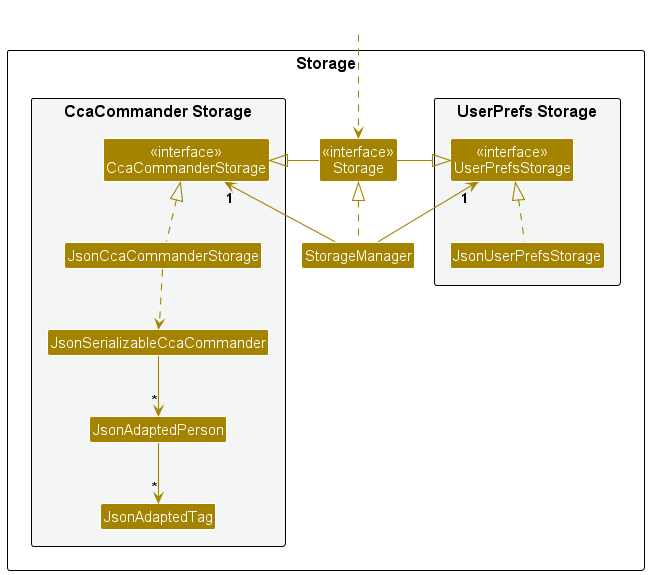
This is docs/images/StorageClassDiagram.png from nus-cs2103-AY2324S1/tp, a PlantUML export, as it was before one commit.
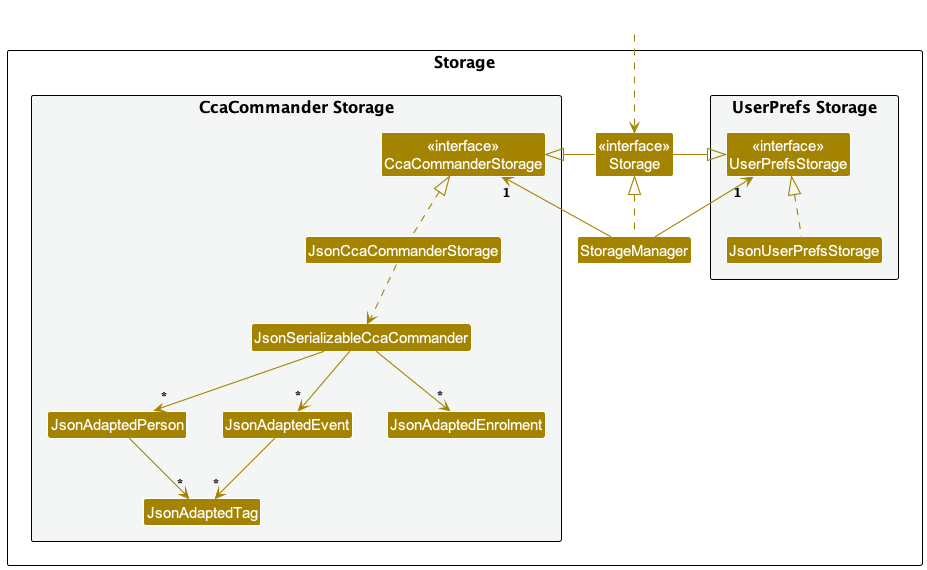
Later version of the same file.

Diff of the diagram source:
```diff
@@ -19,6 +19,8 @@
 Class JsonCcaCommanderStorage
 Class JsonSerializableCcaCommander
 Class JsonAdaptedPerson
+Class JsonAdaptedEvent
+Class JsonAdaptedEnrolment
 Class JsonAdaptedTag
 }
 
@@ -38,6 +40,9 @@
 JsonCcaCommanderStorage .up.|> CcaCommanderStorage
 JsonCcaCommanderStorage ..> JsonSerializableCcaCommander
 JsonSerializableCcaCommander --> "*" JsonAdaptedPerson
+JsonSerializableCcaCommander --> "*" JsonAdaptedEvent
+JsonSerializableCcaCommander --> "*" JsonAdaptedEnrolment
 JsonAdaptedPerson --> "*" JsonAdaptedTag
+JsonAdaptedEvent --> "*" JsonAdaptedTag
 
 @enduml
```
